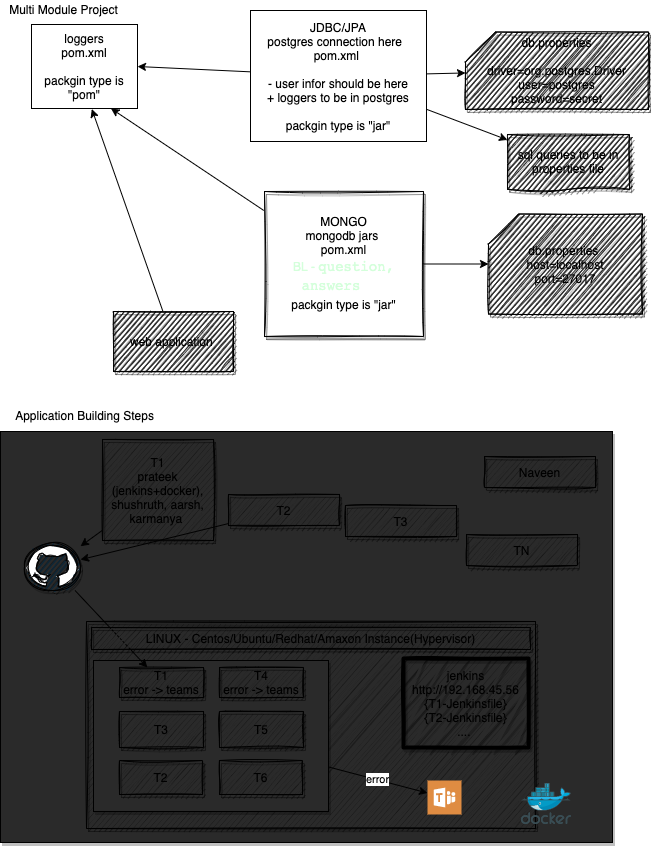
The draw.io diagram images/project-structure.drawio.png in adithnaveen/sapient-freshers-2021-jun-asde, before a commit. Source tidied: cells renumbered, new cells last; positions are measured from the earlier drawing's top-left corner, leaving out a move shared by most shapes. Its diagram source:
```xml
<mxGraphModel shadow="1">
  <root>
    <mxCell id="0" />
    <mxCell id="1" parent="0" />
    <mxCell id="2" style="rounded=0;whiteSpace=wrap;html=1;shadow=1;glass=0;sketch=0;fillColor=#2a2a2a;gradientColor=none;" parent="1" vertex="1">
      <mxGeometry y="431" width="612" height="411" as="geometry" />
    </mxCell>
    <mxCell id="3" style="rounded=0;whiteSpace=wrap;html=1;shadow=1;glass=0;sketch=1;fillColor=#2a2a2a;gradientColor=none;" parent="1" vertex="1">
      <mxGeometry x="86" y="621" width="449" height="207" as="geometry" />
    </mxCell>
    <mxCell id="4" value="error" style="edgeStyle=none;rounded=0;jettySize=auto;html=1;" parent="1" edge="1" source="5" target="38">
      <mxGeometry relative="1" as="geometry" />
    </mxCell>
    <mxCell id="5" style="rounded=0;whiteSpace=wrap;html=1;shadow=1;glass=0;sketch=0;fillColor=#2a2a2a;gradientColor=none;" parent="1" vertex="1">
      <mxGeometry x="93" y="660" width="235" height="151" as="geometry" />
    </mxCell>
    <mxCell id="6" style="rounded=0;jettySize=auto;html=1;entryX=1;entryY=0.5;entryDx=0;entryDy=0;" parent="1" edge="1" source="9" target="13">
      <mxGeometry relative="1" as="geometry" />
    </mxCell>
    <mxCell id="7" style="edgeStyle=none;rounded=0;jettySize=auto;html=1;" parent="1" edge="1" source="9" target="17">
      <mxGeometry relative="1" as="geometry" />
    </mxCell>
    <mxCell id="8" style="edgeStyle=none;rounded=0;jettySize=auto;html=1;" parent="1" edge="1" source="9" target="19">
      <mxGeometry relative="1" as="geometry" />
    </mxCell>
    <mxCell id="9" value="JDBC/JPA&lt;br&gt;postgres connection here&amp;nbsp;&amp;nbsp;&lt;br&gt;pom.xml&amp;nbsp;&lt;br&gt;&lt;br&gt;- user infor should be here&lt;br&gt;+ loggers to be in postgres&lt;br&gt;&lt;br&gt;packgin type is &quot;jar&quot;" style="rounded=0;whiteSpace=wrap;html=1;" parent="1" vertex="1">
      <mxGeometry x="250" y="10" width="176" height="131" as="geometry" />
    </mxCell>
    <mxCell id="10" style="rounded=0;jettySize=auto;html=1;entryX=0.75;entryY=1;entryDx=0;entryDy=0;" parent="1" edge="1" source="12" target="13">
      <mxGeometry relative="1" as="geometry" />
    </mxCell>
    <mxCell id="11" style="edgeStyle=none;rounded=0;jettySize=auto;html=1;" parent="1" edge="1" source="12" target="18">
      <mxGeometry relative="1" as="geometry" />
    </mxCell>
    <mxCell id="12" value="MONGO&lt;br&gt;mongodb jars &lt;br&gt;pom.xml&lt;br&gt;&lt;font color=&quot;#d4ffdb&quot;&gt;BL -&amp;nbsp;&lt;span lang=&quot;EN-US&quot; class=&quot;TextRun SCXW33403507 BCX0&quot; style=&quot;animation: 0s ease 0s 1 normal none running none ; appearance: none ; backface-visibility: visible ; background: none 0% 0% / auto repeat scroll padding-box border-box rgba(0 , 0 , 0 , 0) ; border: 0px none rgb(0 , 0 , 0) ; border-radius: 0px ; border-collapse: separate ; box-shadow: none ; box-sizing: content-box ; caption-side: top ; clear: none ; clip: auto ; content: normal ; cursor: text ; direction: ltr ; display: inline ; empty-cells: show ; float: none ; font-family: &amp;#34;wordvisi_msfontservice&amp;#34; , &amp;#34;consolas&amp;#34; , &amp;#34;consolas_embeddedfont&amp;#34; , &amp;#34;consolas_msfontservice&amp;#34; , monospace ; font-size: 14px ; height: auto ; line-height: 19px ; list-style: outside none disc ; margin: 0px ; max-height: none ; max-width: none ; min-height: 0px ; min-width: 0px ; opacity: 1 ; outline: rgb(0 , 0 , 0) none 0px ; overflow-wrap: break-word ; overflow: visible ; padding: 0px ; perspective: none ; perspective-origin: 0px 0px ; position: static ; resize: none ; speak: normal ; table-layout: auto ; text-align: left ; text-overflow: clip ; text-shadow: none ; transform: none ; transform-origin: 0px 0px ; transform-style: flat ; transition: all 0s ease 0s ; unicode-bidi: normal ; vertical-align: baseline ; visibility: visible ; width: auto ; word-break: normal ; z-index: auto ; zoom: 1 ; border-spacing: 0px&quot;&gt;&lt;span class=&quot;NormalTextRun SCXW33403507 BCX0&quot;&gt;question, answers&amp;nbsp; &amp;nbsp;&lt;br&gt;&lt;/span&gt;&lt;/span&gt;&lt;/font&gt;packgin type is &quot;jar&quot;&lt;font color=&quot;#d4ffdb&quot;&gt;&lt;span lang=&quot;EN-US&quot; class=&quot;TextRun SCXW33403507 BCX0&quot; style=&quot;animation: 0s ease 0s 1 normal none running none ; appearance: none ; backface-visibility: visible ; background: none 0% 0% / auto repeat scroll padding-box border-box rgba(0 , 0 , 0 , 0) ; border: 0px none rgb(0 , 0 , 0) ; border-radius: 0px ; border-collapse: separate ; box-shadow: none ; box-sizing: content-box ; caption-side: top ; clear: none ; clip: auto ; content: normal ; cursor: text ; direction: ltr ; display: inline ; empty-cells: show ; float: none ; font-family: &amp;#34;wordvisi_msfontservice&amp;#34; , &amp;#34;consolas&amp;#34; , &amp;#34;consolas_embeddedfont&amp;#34; , &amp;#34;consolas_msfontservice&amp;#34; , monospace ; font-size: 14px ; height: auto ; line-height: 19px ; list-style: outside none disc ; margin: 0px ; max-height: none ; max-width: none ; min-height: 0px ; min-width: 0px ; opacity: 1 ; outline: rgb(0 , 0 , 0) none 0px ; overflow-wrap: break-word ; overflow: visible ; padding: 0px ; perspective: none ; perspective-origin: 0px 0px ; position: static ; resize: none ; speak: normal ; table-layout: auto ; text-align: left ; text-overflow: clip ; text-shadow: none ; transform: none ; transform-origin: 0px 0px ; transform-style: flat ; transition: all 0s ease 0s ; unicode-bidi: normal ; vertical-align: baseline ; visibility: visible ; width: auto ; word-break: normal ; z-index: auto ; zoom: 1 ; border-spacing: 0px&quot;&gt;&lt;span class=&quot;NormalTextRun SCXW33403507 BCX0&quot;&gt;&lt;br&gt;&lt;/span&gt;&lt;/span&gt;&lt;/font&gt;" style="rounded=0;whiteSpace=wrap;html=1;sketch=1;shadow=1;glass=0;" parent="1" vertex="1">
      <mxGeometry x="264" y="191" width="159" height="145" as="geometry" />
    </mxCell>
    <mxCell id="13" value="loggers&lt;br&gt;pom.xml&lt;br&gt;&lt;br&gt;packgin type is &quot;pom&quot;" style="rounded=0;whiteSpace=wrap;html=1;" parent="1" vertex="1">
      <mxGeometry x="31" y="24" width="106" height="84" as="geometry" />
    </mxCell>
    <mxCell id="14" value="Multi Module Project" style="text;html=1;align=center;verticalAlign=middle;strokeColor=none;" parent="1" vertex="1">
      <mxGeometry x="4" width="118" height="17" as="geometry" />
    </mxCell>
    <mxCell id="15" style="edgeStyle=none;rounded=0;jettySize=auto;html=1;entryX=0.569;entryY=1.006;entryDx=0;entryDy=0;entryPerimeter=0;" parent="1" edge="1" source="16" target="13">
      <mxGeometry relative="1" as="geometry" />
    </mxCell>
    <mxCell id="16" value="web application&amp;nbsp;" style="rounded=0;whiteSpace=wrap;html=1;shadow=1;glass=0;sketch=1;fillColor=#2a2a2a;gradientColor=none;" parent="1" vertex="1">
      <mxGeometry x="113" y="311" width="120" height="60" as="geometry" />
    </mxCell>
    <mxCell id="17" value="db.properties&lt;br&gt;&lt;br&gt;driver=org.postgres.Driver&lt;br&gt;user=postgres&lt;br&gt;password=secret" style="shape=card;whiteSpace=wrap;html=1;rounded=0;shadow=1;glass=0;sketch=1;fillColor=#2a2a2a;gradientColor=none;" parent="1" vertex="1">
      <mxGeometry x="465" y="31.5" width="183" height="77.5" as="geometry" />
    </mxCell>
    <mxCell id="18" value="db.properties&amp;nbsp;&lt;br&gt;host=localhost&lt;br&gt;port=27017" style="shape=card;whiteSpace=wrap;html=1;rounded=0;shadow=1;glass=0;sketch=1;fillColor=#2a2a2a;gradientColor=none;" parent="1" vertex="1">
      <mxGeometry x="488" y="213.5" width="154" height="100" as="geometry" />
    </mxCell>
    <mxCell id="19" value="sql queries to be in properties file" style="shape=document;whiteSpace=wrap;html=1;boundedLbl=1;rounded=0;shadow=1;glass=0;sketch=1;fillColor=#2a2a2a;gradientColor=none;size=0.0759783293071546;" parent="1" vertex="1">
      <mxGeometry x="507" y="134" width="122" height="57" as="geometry" />
    </mxCell>
    <mxCell id="20" style="edgeStyle=none;rounded=0;jettySize=auto;html=1;" parent="1" edge="1" source="21" target="23">
      <mxGeometry relative="1" as="geometry" />
    </mxCell>
    <mxCell id="21" value="T1&lt;br&gt;prateek (jenkins+docker), shushruth, aarsh, karmanya&amp;nbsp;" style="rounded=0;whiteSpace=wrap;html=1;shadow=1;glass=0;sketch=1;fillColor=#2a2a2a;gradientColor=none;" parent="1" vertex="1">
      <mxGeometry x="102" y="439" width="111" height="101" as="geometry" />
    </mxCell>
    <mxCell id="22" style="edgeStyle=none;rounded=0;jettySize=auto;html=1;" parent="1" edge="1" source="23" target="31">
      <mxGeometry relative="1" as="geometry" />
    </mxCell>
    <mxCell id="23" style="dashed=0;outlineConnect=0;html=1;align=center;labelPosition=center;verticalLabelPosition=bottom;verticalAlign=top;shape=mxgraph.weblogos.github;rounded=0;shadow=1;glass=0;sketch=1;fillColor=#2a2a2a;gradientColor=none;" parent="1" vertex="1">
      <mxGeometry x="24" y="542" width="56" height="48" as="geometry" />
    </mxCell>
    <mxCell id="24" style="edgeStyle=none;rounded=0;jettySize=auto;html=1;" parent="1" edge="1" source="25" target="23">
      <mxGeometry relative="1" as="geometry" />
    </mxCell>
    <mxCell id="25" value="T2" style="rounded=0;whiteSpace=wrap;html=1;shadow=1;glass=0;sketch=1;fillColor=#2a2a2a;gradientColor=none;" parent="1" vertex="1">
      <mxGeometry x="228" y="494" width="111" height="31" as="geometry" />
    </mxCell>
    <mxCell id="26" value="T3" style="rounded=0;whiteSpace=wrap;html=1;shadow=1;glass=0;sketch=1;fillColor=#2a2a2a;gradientColor=none;" parent="1" vertex="1">
      <mxGeometry x="345" y="505" width="111" height="31" as="geometry" />
    </mxCell>
    <mxCell id="27" value="TN" style="rounded=0;whiteSpace=wrap;html=1;shadow=1;glass=0;sketch=1;fillColor=#2a2a2a;gradientColor=none;" parent="1" vertex="1">
      <mxGeometry x="466" y="534" width="111" height="31" as="geometry" />
    </mxCell>
    <mxCell id="28" value="LINUX - Centos/Ubuntu/Redhat/Amaxon Instance(Hypervisor)" style="rounded=0;whiteSpace=wrap;html=1;shadow=1;glass=0;sketch=1;fillColor=#2a2a2a;gradientColor=none;" parent="1" vertex="1">
      <mxGeometry x="91" y="627" width="439" height="22" as="geometry" />
    </mxCell>
    <mxCell id="29" style="html=1;align=center;image;fontSize=12;image=img/lib/mscae/Docker.svg;rounded=0;shadow=1;glass=0;sketch=1;fillColor=#2a2a2a;gradientColor=none;" parent="1" vertex="1">
      <mxGeometry x="521" y="783" width="50" height="41" as="geometry" />
    </mxCell>
    <mxCell id="30" value="jenkins&lt;br&gt;http://192.168.45.56&lt;br&gt;{T1-Jenkinsfile}&lt;br&gt;{T2-Jenkinsfile}&lt;br&gt;....&amp;nbsp;" style="rounded=0;whiteSpace=wrap;html=1;shadow=1;glass=0;sketch=1;fillColor=#2a2a2a;gradientColor=none;fillStyle=zigzag;strokeWidth=4;" parent="1" vertex="1">
      <mxGeometry x="403" y="658" width="125" height="89" as="geometry" />
    </mxCell>
    <mxCell id="31" value="T1&lt;br&gt;error -&amp;gt; teams" style="rounded=0;whiteSpace=wrap;html=1;shadow=1;glass=0;sketch=1;fillColor=#2a2a2a;gradientColor=none;" parent="1" vertex="1">
      <mxGeometry x="119" y="667" width="84" height="30" as="geometry" />
    </mxCell>
    <mxCell id="32" value="T2" style="rounded=0;whiteSpace=wrap;html=1;shadow=1;glass=0;sketch=1;fillColor=#2a2a2a;gradientColor=none;" parent="1" vertex="1">
      <mxGeometry x="119" y="760" width="83" height="34" as="geometry" />
    </mxCell>
    <mxCell id="33" value="T3" style="rounded=0;whiteSpace=wrap;html=1;shadow=1;glass=0;sketch=1;fillColor=#2a2a2a;gradientColor=none;" parent="1" vertex="1">
      <mxGeometry x="119" y="711" width="84" height="36" as="geometry" />
    </mxCell>
    <mxCell id="34" value="Naveen" style="rounded=0;whiteSpace=wrap;html=1;shadow=1;glass=0;sketch=1;fillColor=#2a2a2a;gradientColor=none;" parent="1" vertex="1">
      <mxGeometry x="484" y="456" width="111" height="31" as="geometry" />
    </mxCell>
    <mxCell id="35" value="T4&lt;br&gt;error -&amp;gt; teams" style="rounded=0;whiteSpace=wrap;html=1;shadow=1;glass=0;sketch=1;fillColor=#2a2a2a;gradientColor=none;" parent="1" vertex="1">
      <mxGeometry x="219" y="667" width="84" height="30" as="geometry" />
    </mxCell>
    <mxCell id="36" value="T6" style="rounded=0;whiteSpace=wrap;html=1;shadow=1;glass=0;sketch=1;fillColor=#2a2a2a;gradientColor=none;" parent="1" vertex="1">
      <mxGeometry x="219" y="760" width="83" height="34" as="geometry" />
    </mxCell>
    <mxCell id="37" value="T5" style="rounded=0;whiteSpace=wrap;html=1;shadow=1;glass=0;sketch=1;fillColor=#2a2a2a;gradientColor=none;" parent="1" vertex="1">
      <mxGeometry x="219" y="711" width="84" height="36" as="geometry" />
    </mxCell>
    <mxCell id="38" style="shadow=0;dashed=0;html=1;strokeColor=none;fillColor=#DF8C42;labelPosition=center;verticalLabelPosition=bottom;verticalAlign=top;align=center;outlineConnect=0;shape=mxgraph.veeam2.microsoft_teams;rounded=0;glass=0;sketch=0;" parent="1" vertex="1">
      <mxGeometry x="427" y="780" width="34" height="34" as="geometry" />
    </mxCell>
    <mxCell id="39" value="Application Building Steps" style="text;html=1;align=center;verticalAlign=middle;strokeColor=none;" parent="1" vertex="1">
      <mxGeometry x="9.5" y="406" width="149" height="17" as="geometry" />
    </mxCell>
  </root>
</mxGraphModel>
```
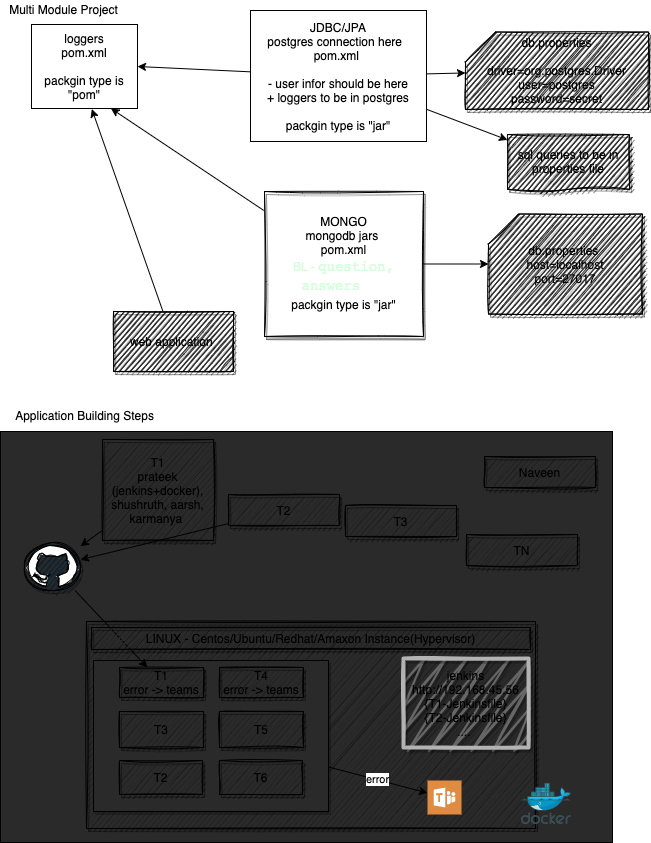
After the commit.

What changed in the source:
```diff
@@ -2,7 +2,7 @@
   <root>
     <mxCell id="0" />
     <mxCell id="1" parent="0" />
-    <mxCell id="2" style="rounded=0;whiteSpace=wrap;html=1;shadow=1;glass=0;sketch=0;fillColor=#2a2a2a;gradientColor=none;" parent="1" vertex="1">
+    <mxCell id="2" style="rounded=0;whiteSpace=wrap;html=1;shadow=0;glass=0;sketch=0;fillColor=#2a2a2a;gradientColor=none;" parent="1" vertex="1">
       <mxGeometry y="431" width="612" height="411" as="geometry" />
     </mxCell>
     <mxCell id="3" style="rounded=0;whiteSpace=wrap;html=1;shadow=1;glass=0;sketch=1;fillColor=#2a2a2a;gradientColor=none;" parent="1" vertex="1">
@@ -86,7 +86,7 @@
     <mxCell id="29" style="html=1;align=center;image;fontSize=12;image=img/lib/mscae/Docker.svg;rounded=0;shadow=1;glass=0;sketch=1;fillColor=#2a2a2a;gradientColor=none;" parent="1" vertex="1">
       <mxGeometry x="521" y="783" width="50" height="41" as="geometry" />
     </mxCell>
-    <mxCell id="30" value="jenkins&lt;br&gt;http://192.168.45.56&lt;br&gt;{T1-Jenkinsfile}&lt;br&gt;{T2-Jenkinsfile}&lt;br&gt;....&amp;nbsp;" style="rounded=0;whiteSpace=wrap;html=1;shadow=1;glass=0;sketch=1;fillColor=#2a2a2a;gradientColor=none;fillStyle=zigzag;strokeWidth=4;" parent="1" vertex="1">
+    <mxCell id="30" value="jenkins&lt;br&gt;http://192.168.45.56&lt;br&gt;{T1-Jenkinsfile}&lt;br&gt;{T2-Jenkinsfile}&lt;br&gt;....&amp;nbsp;" style="rounded=0;whiteSpace=wrap;html=1;shadow=1;glass=0;sketch=1;gradientColor=none;fillStyle=zigzag;strokeWidth=4;fillColor=#666666;strokeColor=#B3B3B3;" parent="1" vertex="1">
       <mxGeometry x="403" y="658" width="125" height="89" as="geometry" />
     </mxCell>
     <mxCell id="31" value="T1&lt;br&gt;error -&amp;gt; teams" style="rounded=0;whiteSpace=wrap;html=1;shadow=1;glass=0;sketch=1;fillColor=#2a2a2a;gradientColor=none;" parent="1" vertex="1">
```
